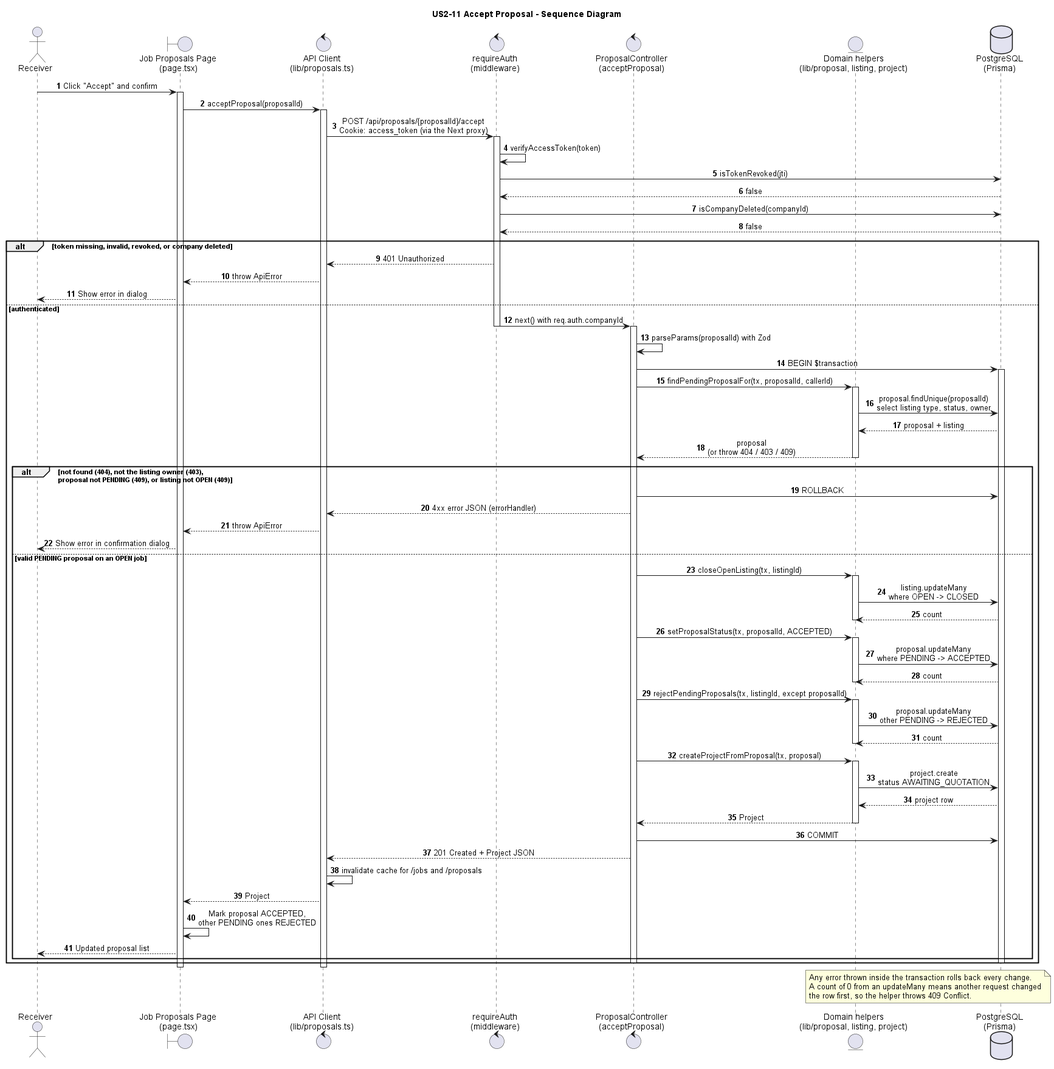
taofuuu/MangoDB keeps this PlantUML diagram as docs/uml/sequence/accept-proposal-implementation.png. Above is the earlier version.
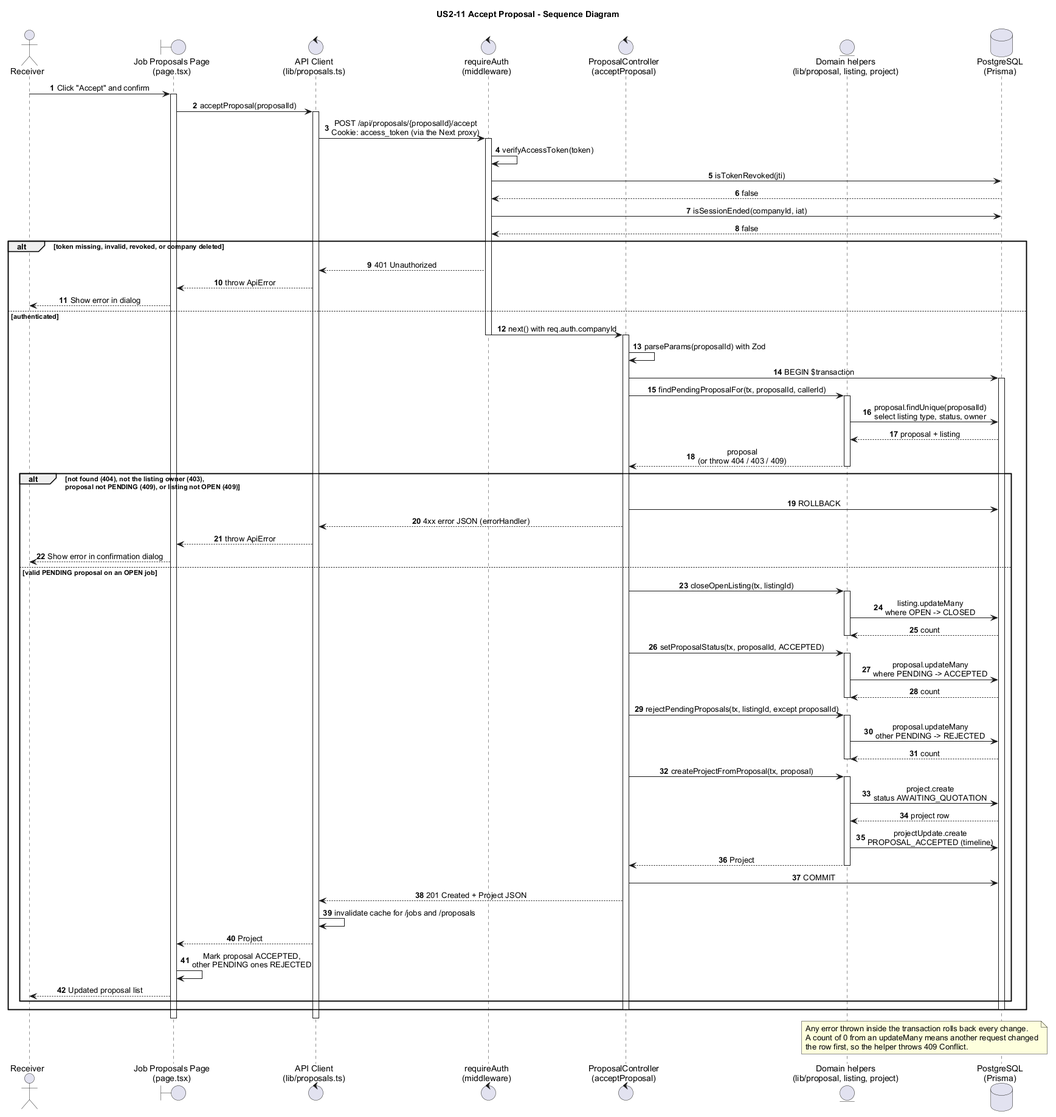
Later version of the same file.

Commit message:
docs(uml): bring the accept sequence diagram up to date

isSessionEnded instead of isCompanyDeleted, and the timeline event.
ParticipantPadding moves to a style block: PlantUML 1.2026 ignores the
skinparam and prints a warning box on the picture.

Diff of the diagram source:
```diff
@@ -4,7 +4,11 @@
 skinparam shadowing false
 skinparam defaultFontName Arial
 skinparam sequenceMessageAlign center
-skinparam ParticipantPadding 12
+<style>
+participant {
+  Padding 12
+}
+</style>
 autonumber
 
 actor Receiver
@@ -25,7 +29,7 @@
 Auth -> Auth : verifyAccessToken(token)
 Auth -> DB : isTokenRevoked(jti)
 DB --> Auth : false
-Auth -> DB : isCompanyDeleted(companyId)
+Auth -> DB : isSessionEnded(companyId, iat)
 DB --> Auth : false
 
 alt token missing, invalid, revoked, or company deleted
@@ -76,6 +80,7 @@
     activate Lib
     Lib -> DB : project.create\nstatus AWAITING_QUOTATION
     DB --> Lib : project row
+    Lib -> DB : projectUpdate.create\nPROPOSAL_ACCEPTED (timeline)
     Lib --> Ctrl : Project
     deactivate Lib
 
```
